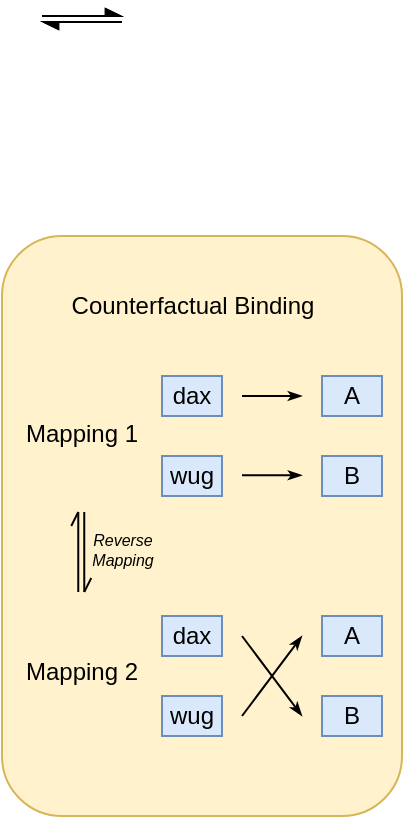
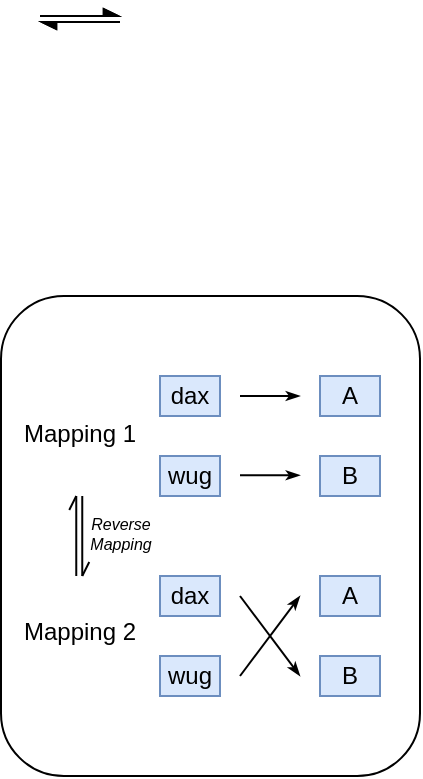
<mxfile host="app.diagrams.net">
  <diagram name="第 1 页" id="hxs-H67CbFuBAubm8A6_">
-     <mxGraphModel dx="1047" dy="541" grid="1" gridSize="10" guides="1" tooltips="1" connect="1" arrows="1" fold="1" page="1" pageScale="1" pageWidth="827" pageHeight="1169" math="0" shadow="0">
+     <mxGraphModel dx="943" dy="487" grid="1" gridSize="10" guides="1" tooltips="1" connect="1" arrows="1" fold="1" page="1" pageScale="1" pageWidth="827" pageHeight="1169" math="0" shadow="0">
      <root>
        <mxCell id="0" />
        <mxCell id="1" parent="0" />
-         <mxCell id="QYgL1dG4Xm6HRyG74T_j-21" parent="1" style="rounded=1;whiteSpace=wrap;html=1;fillColor=#fff2cc;strokeColor=#d6b656;" value="" vertex="1">
-           <mxGeometry height="290" width="200" x="50" y="210" as="geometry" />
+         <mxCell id="oxIQJishS8Vbj2t7Yp3d-1" parent="1" style="rounded=1;whiteSpace=wrap;html=1;" value="" vertex="1">
+           <mxGeometry height="240" width="209.5" x="50.5" y="240" as="geometry" />
        </mxCell>
        <mxCell id="QYgL1dG4Xm6HRyG74T_j-1" parent="1" style="rounded=0;whiteSpace=wrap;html=1;fillColor=#dae8fc;strokeColor=#6c8ebf;" value="dax" vertex="1">
          <mxGeometry height="20" width="30" x="130" y="280" as="geometry" />
        </mxCell>
        <mxCell id="QYgL1dG4Xm6HRyG74T_j-5" edge="1" parent="1" style="endArrow=classicThin;html=1;rounded=0;endSize=4;endFill=1;" value="">
          <mxGeometry height="50" relative="1" width="50" as="geometry">
            <mxPoint x="170" y="290" as="sourcePoint" />
            <mxPoint x="200" y="290" as="targetPoint" />
          </mxGeometry>
        </mxCell>
        <mxCell id="QYgL1dG4Xm6HRyG74T_j-6" parent="1" style="rounded=0;whiteSpace=wrap;html=1;fillColor=#dae8fc;strokeColor=#6c8ebf;" value="A" vertex="1">
          <mxGeometry height="20" width="30" x="210" y="280" as="geometry" />
        </mxCell>
        <mxCell id="QYgL1dG4Xm6HRyG74T_j-7" parent="1" style="rounded=0;whiteSpace=wrap;html=1;fillColor=#dae8fc;strokeColor=#6c8ebf;" value="wug" vertex="1">
          <mxGeometry height="20" width="30" x="130" y="320" as="geometry" />
        </mxCell>
        <mxCell id="QYgL1dG4Xm6HRyG74T_j-8" parent="1" style="rounded=0;whiteSpace=wrap;html=1;fillColor=#dae8fc;strokeColor=#6c8ebf;" value="B" vertex="1">
          <mxGeometry height="20" width="30" x="210" y="320" as="geometry" />
        </mxCell>
        <mxCell id="QYgL1dG4Xm6HRyG74T_j-9" edge="1" parent="1" style="endArrow=classicThin;html=1;rounded=0;endSize=4;endFill=1;" value="">
          <mxGeometry height="50" relative="1" width="50" as="geometry">
            <mxPoint x="170" y="329.63" as="sourcePoint" />
            <mxPoint x="200" y="329.63" as="targetPoint" />
          </mxGeometry>
        </mxCell>
        <mxCell id="QYgL1dG4Xm6HRyG74T_j-10" parent="1" style="rounded=0;whiteSpace=wrap;html=1;fillColor=#dae8fc;strokeColor=#6c8ebf;" value="dax" vertex="1">
-           <mxGeometry height="20" width="30" x="130" y="400" as="geometry" />
+           <mxGeometry height="20" width="30" x="130" y="380" as="geometry" />
        </mxCell>
        <mxCell id="QYgL1dG4Xm6HRyG74T_j-12" parent="1" style="rounded=0;whiteSpace=wrap;html=1;fillColor=#dae8fc;strokeColor=#6c8ebf;" value="A" vertex="1">
-           <mxGeometry height="20" width="30" x="210" y="400" as="geometry" />
+           <mxGeometry height="20" width="30" x="210" y="380" as="geometry" />
        </mxCell>
        <mxCell id="QYgL1dG4Xm6HRyG74T_j-13" parent="1" style="rounded=0;whiteSpace=wrap;html=1;fillColor=#dae8fc;strokeColor=#6c8ebf;" value="wug" vertex="1">
-           <mxGeometry height="20" width="30" x="130" y="440" as="geometry" />
+           <mxGeometry height="20" width="30" x="130" y="420" as="geometry" />
        </mxCell>
        <mxCell id="QYgL1dG4Xm6HRyG74T_j-14" parent="1" style="rounded=0;whiteSpace=wrap;html=1;fillColor=#dae8fc;strokeColor=#6c8ebf;" value="B" vertex="1">
-           <mxGeometry height="20" width="30" x="210" y="440" as="geometry" />
+           <mxGeometry height="20" width="30" x="210" y="420" as="geometry" />
        </mxCell>
        <mxCell id="QYgL1dG4Xm6HRyG74T_j-16" edge="1" parent="1" style="endArrow=classicThin;html=1;rounded=0;endSize=4;endFill=1;" value="">
          <mxGeometry height="50" relative="1" width="50" as="geometry">
-             <mxPoint x="170" y="410" as="sourcePoint" />
-             <mxPoint x="200" y="450" as="targetPoint" />
+             <mxPoint x="170" y="390" as="sourcePoint" />
+             <mxPoint x="200" y="430" as="targetPoint" />
          </mxGeometry>
        </mxCell>
        <mxCell id="QYgL1dG4Xm6HRyG74T_j-17" edge="1" parent="1" style="endArrow=classicThin;html=1;rounded=0;endSize=4;endFill=1;" value="">
          <mxGeometry height="50" relative="1" width="50" as="geometry">
-             <mxPoint x="170" y="450" as="sourcePoint" />
-             <mxPoint x="200" y="410" as="targetPoint" />
+             <mxPoint x="170" y="430" as="sourcePoint" />
+             <mxPoint x="200" y="390" as="targetPoint" />
          </mxGeometry>
        </mxCell>
        <mxCell id="QYgL1dG4Xm6HRyG74T_j-19" parent="1" style="text;html=1;whiteSpace=wrap;strokeColor=none;fillColor=none;align=center;verticalAlign=middle;rounded=0;" value="Mapping 1" vertex="1">
          <mxGeometry height="30" width="60" x="60" y="294" as="geometry" />
        </mxCell>
        <mxCell id="QYgL1dG4Xm6HRyG74T_j-20" parent="1" style="text;html=1;whiteSpace=wrap;strokeColor=none;fillColor=none;align=center;verticalAlign=middle;rounded=0;" value="Mapping 2" vertex="1">
-           <mxGeometry height="30" width="60" x="60" y="413" as="geometry" />
-         </mxCell>
-         <mxCell id="QYgL1dG4Xm6HRyG74T_j-23" parent="1" style="text;html=1;whiteSpace=wrap;strokeColor=none;fillColor=none;align=center;verticalAlign=middle;rounded=0;" value="Counterfactual Binding" vertex="1">
-           <mxGeometry height="30" width="165" x="62.5" y="230" as="geometry" />
+           <mxGeometry height="30" width="60" x="60" y="393" as="geometry" />
        </mxCell>
        <mxCell id="QYgL1dG4Xm6HRyG74T_j-28" edge="1" parent="1" style="endArrow=async;html=1;rounded=0;endFill=1;labelBorderColor=default;curved=0;startArrow=none;startFill=0;" value="">
          <mxGeometry height="50" relative="1" width="50" as="geometry">
            <mxPoint x="70" y="100" as="sourcePoint" />
            <mxPoint x="110" y="100" as="targetPoint" />
          </mxGeometry>
        </mxCell>
        <mxCell id="QYgL1dG4Xm6HRyG74T_j-29" edge="1" parent="1" style="endArrow=async;html=1;rounded=0;endFill=1;labelBorderColor=default;curved=0;startArrow=none;startFill=0;" value="">
          <mxGeometry height="50" relative="1" width="50" as="geometry">
            <mxPoint x="110" y="103" as="sourcePoint" />
            <mxPoint x="70" y="103" as="targetPoint" />
          </mxGeometry>
        </mxCell>
        <mxCell id="QYgL1dG4Xm6HRyG74T_j-30" edge="1" parent="1" style="endArrow=async;html=1;rounded=0;endFill=1;labelBorderColor=default;curved=0;startArrow=none;startFill=0;" value="">
          <mxGeometry height="50" relative="1" width="50" as="geometry">
            <mxPoint x="70" y="100" as="sourcePoint" />
            <mxPoint x="110" y="100" as="targetPoint" />
          </mxGeometry>
        </mxCell>
        <mxCell id="QYgL1dG4Xm6HRyG74T_j-31" edge="1" parent="1" style="endArrow=async;html=1;rounded=0;endFill=1;labelBorderColor=default;curved=0;startArrow=none;startFill=0;" value="">
          <mxGeometry height="50" relative="1" width="50" as="geometry">
            <mxPoint x="110" y="103" as="sourcePoint" />
            <mxPoint x="70" y="103" as="targetPoint" />
          </mxGeometry>
        </mxCell>
        <mxCell id="QYgL1dG4Xm6HRyG74T_j-35" edge="1" parent="1" style="endArrow=openAsync;html=1;rounded=0;endFill=0;" value="">
          <mxGeometry height="50" relative="1" width="50" as="geometry">
-             <mxPoint x="88.13" y="388" as="sourcePoint" />
-             <mxPoint x="88.13" y="348" as="targetPoint" />
+             <mxPoint x="88.13" y="380" as="sourcePoint" />
+             <mxPoint x="88.13" y="340" as="targetPoint" />
          </mxGeometry>
        </mxCell>
        <mxCell id="QYgL1dG4Xm6HRyG74T_j-36" edge="1" parent="1" style="endArrow=openAsync;html=1;rounded=0;endFill=0;" value="">
          <mxGeometry height="50" relative="1" width="50" as="geometry">
-             <mxPoint x="91.13" y="348" as="sourcePoint" />
-             <mxPoint x="91.13" y="388" as="targetPoint" />
+             <mxPoint x="91.13" y="340" as="sourcePoint" />
+             <mxPoint x="91.13" y="380" as="targetPoint" />
          </mxGeometry>
        </mxCell>
        <mxCell id="QYgL1dG4Xm6HRyG74T_j-38" parent="1" style="text;html=1;whiteSpace=wrap;strokeColor=none;fillColor=none;align=center;verticalAlign=middle;rounded=0;fontSize=8;" value="&lt;i&gt;Reverse Mapping&lt;/i&gt;" vertex="1">
-           <mxGeometry height="18" width="39" x="91" y="358" as="geometry" />
+           <mxGeometry height="18" width="39" x="91" y="350" as="geometry" />
        </mxCell>
      </root>
    </mxGraphModel>
  </diagram>
</mxfile>
